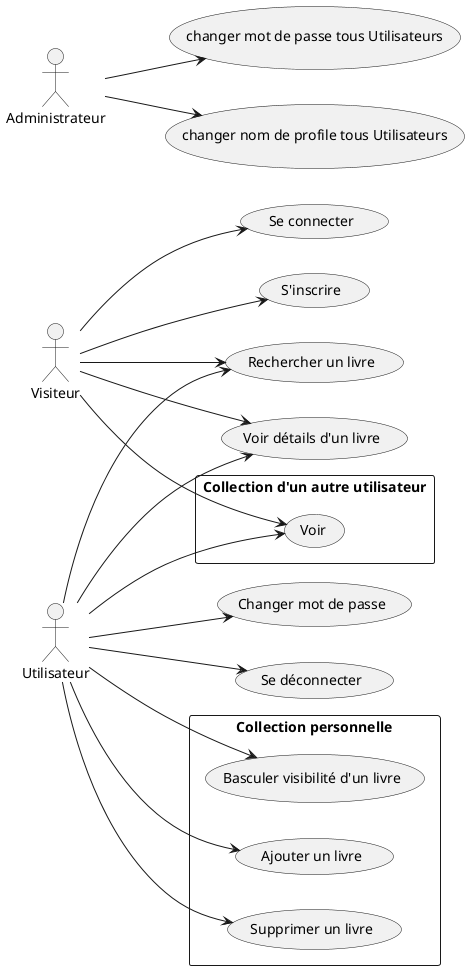
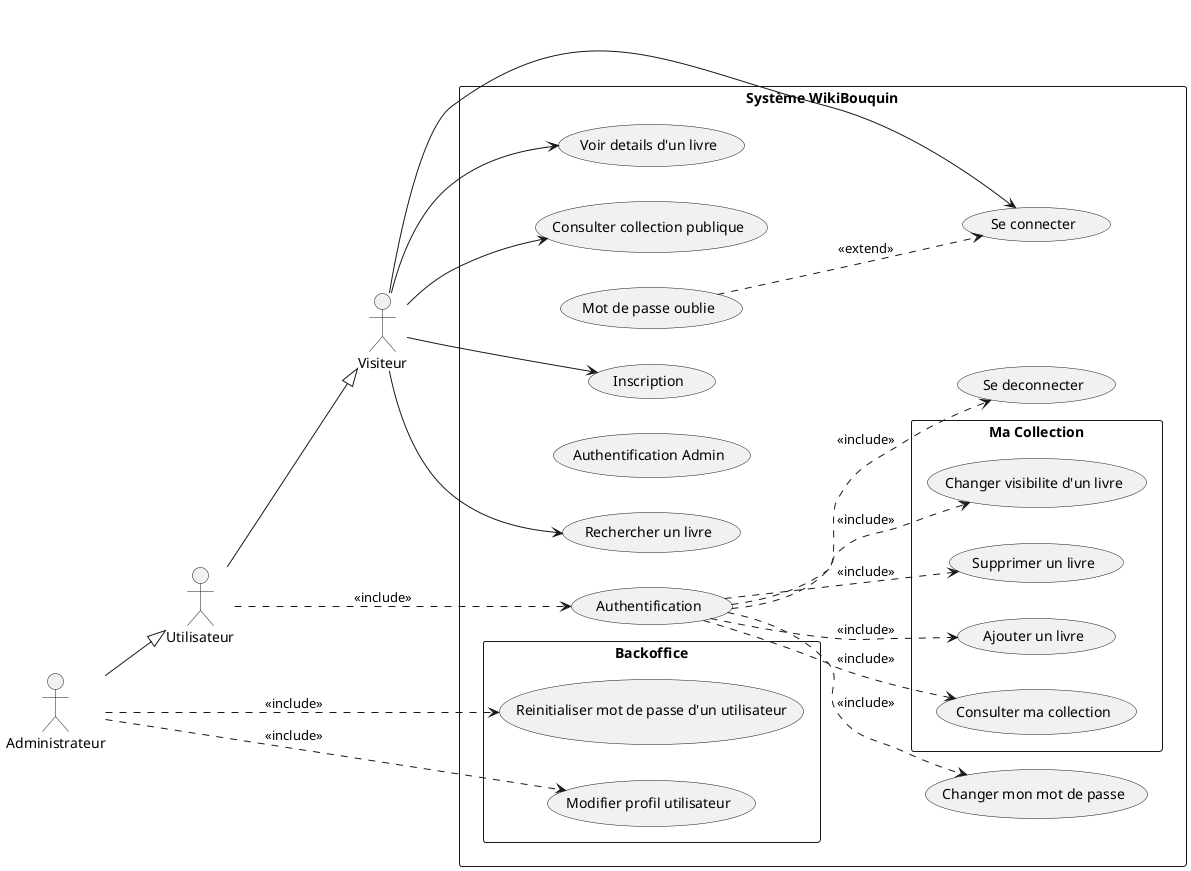
@startuml
left to right direction
+ 
+ ' Acteurs
+ actor Visiteur
actor Utilisateur
- actor Visiteur
- Actor Administrateur
+ actor Administrateur

- Visiteur --> (Se connecter)
- Visiteur --> (S'inscrire)
- Visiteur --> (Rechercher un livre)
- Visiteur --> (Voir détails d'un livre)
- Utilisateur --> (Voir détails d'un livre)
- Utilisateur --> (Rechercher un livre)
- Utilisateur --> (Changer mot de passe)
- Utilisateur --> (Se déconnecter)
+ ' Généralisation : un Utilisateur est un Visiteur (peut faire tout ce que fait un Visiteur)
+ Utilisateur --|> Visiteur
+ ' L'administrateur est un type spécial d'utilisateur
+ Administrateur --|> Utilisateur

- rectangle "Collection personnelle" {
- Utilisateur --> (Basculer visibilité d'un livre)
- Utilisateur --> (Ajouter un livre)
- Utilisateur --> (Supprimer un livre)
+ ' Bordure du système
+ rectangle "Système WikiBouquin" {
+     ' Cas d'utilisation (aliasés pour des relations plus claires)
+     usecase "Inscription" as UC_Inscrire
+     usecase "Se connecter" as UC_SeConnecter
+     usecase "Mot de passe oublie" as UC_MDP_Oublie
+     usecase "Authentification" as UC_Auth
+     usecase "Authentification Admin" as UC_AuthAdmin
+     usecase "Se deconnecter" as UC_SeDeconnecter
+     usecase "Rechercher un livre" as UC_Rechercher
+     usecase "Voir details d'un livre" as UC_VoirDetails
+     usecase "Consulter collection publique" as UC_ConsulterPublique
+     rectangle "Ma Collection" {
+         usecase "Consulter ma collection" as UC_ConsulterMoi
+         usecase "Ajouter un livre" as UC_Ajouter
+         usecase "Supprimer un livre" as UC_Supprimer
+         usecase "Changer visibilite d'un livre" as UC_Visibilite
+     }
+     usecase "Changer mon mot de passe" as UC_ChangerMDP
+     rectangle "Backoffice" {
+         usecase "Reinitialiser mot de passe d'un utilisateur" as UC_ReinitMDP
+         usecase "Modifier profil utilisateur" as UC_ModifProfil
+     }
}

- rectangle "Collection d'un autre utilisateur" {
- Visiteur --> (Voir)
- Utilisateur --> (Voir)
- }
+ ' Relations principales acteurs -> cas d'utilisation
+ Visiteur --> UC_Inscrire
+ Visiteur --> UC_SeConnecter
+ Visiteur --> UC_Rechercher
+ Visiteur --> UC_VoirDetails
+ Visiteur --> UC_ConsulterPublique

- Administrateur --> (changer mot de passe tous Utilisateurs)
- Administrateur --> (changer nom de profile tous Utilisateurs)
+ Administrateur ..> UC_ReinitMDP: <<include>>
+ Administrateur ..> UC_ModifProfil: <<include>>
+ 
+ ' Relations d'include / extend
+ ' Le cas Mot de passe oublie etend Se connecter
+ UC_MDP_Oublie ..> UC_SeConnecter : <<extend>>
+ 
+ ' Les actions qui necessitent une authentification incluent Authentification
+ Utilisateur ..> UC_Auth : <<include>>
+ UC_Auth ..> UC_ConsulterMoi : <<include>>
+ UC_Auth ..> UC_Ajouter : <<include>>
+ UC_Auth ..> UC_Supprimer : <<include>>
+ UC_Auth ..> UC_Visibilite : <<include>>
+ UC_Auth ..> UC_ChangerMDP : <<include>>
+ UC_Auth ..> UC_SeDeconnecter : <<include>>

@enduml